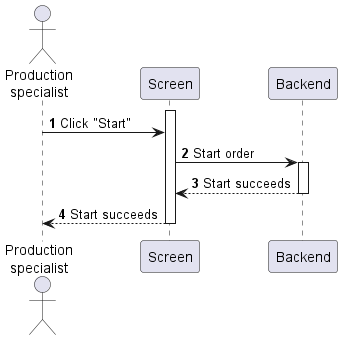
phihungha/scmss-reqs keeps this PlantUML diagram as sequences/production-order-start.png. Above is the earlier version.
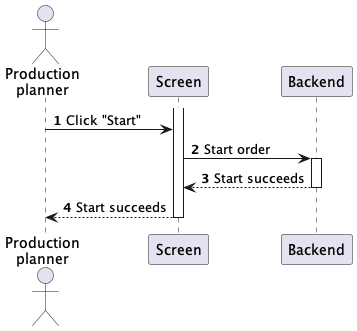
After the change.

What changed in the source:
```diff
@@ -1,7 +1,7 @@
 @startuml production-order-start
 autonumber
 
-actor "Production\nspecialist" as a
+actor "Production\nplanner" as a
 participant Screen as f
 participant Backend as b
 
```
